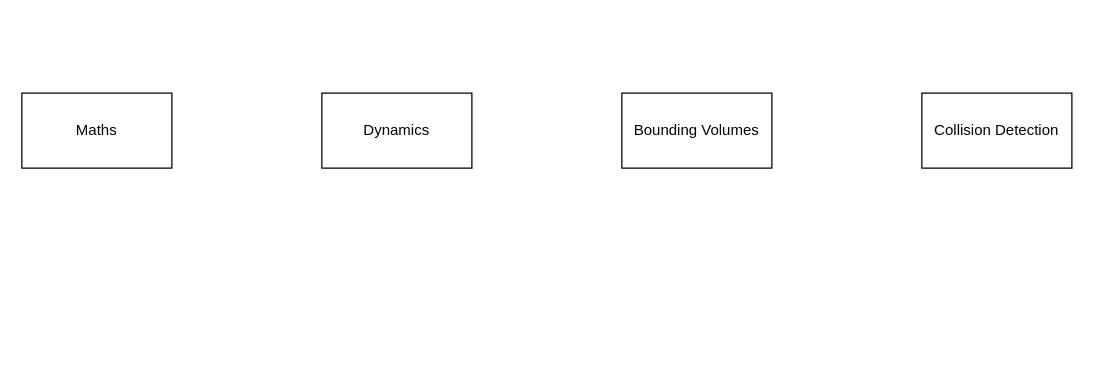
Before: Untitled Diagram.drawio in VoHoAnhTuan/Diagrams, a draw.io diagram. Source tidied: cells renumbered, new cells numbered last; positions are measured from the earlier drawing's top-left corner, leaving out a move shared by most shapes. Both pictures are drawn from the tidied source at 125%, with x=0, y=0 at pixel (21, 92).
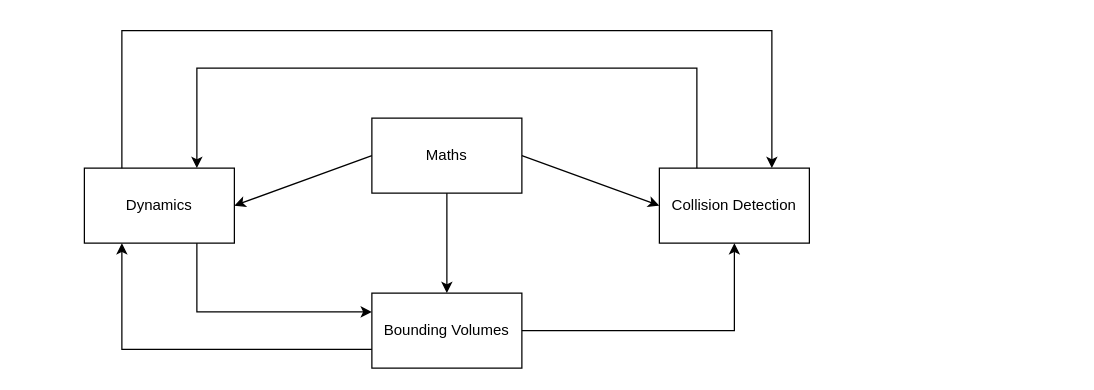
The same diagram, later.

Change to the diagram source:
```diff
@@
 <mxGraphModel>
   <root>
     <mxCell id="0" />
     <mxCell id="1" parent="0" />
     <mxCell id="2" value="Maths" style="rounded=0;whiteSpace=wrap;html=1;" parent="1" vertex="1">
-      <mxGeometry width="120" height="60" as="geometry" />
+      <mxGeometry x="280" y="20" width="120" height="60" as="geometry" />
     </mxCell>
     <mxCell id="3" value="Dynamics" style="rounded=0;whiteSpace=wrap;html=1;" parent="1" vertex="1">
-      <mxGeometry x="240" width="120" height="60" as="geometry" />
+      <mxGeometry x="50" y="60" width="120" height="60" as="geometry" />
     </mxCell>
     <mxCell id="4" value="Bounding Volumes" style="rounded=0;whiteSpace=wrap;html=1;" parent="1" vertex="1">
-      <mxGeometry x="480" width="120" height="60" as="geometry" />
+      <mxGeometry x="280" y="160" width="120" height="60" as="geometry" />
     </mxCell>
     <mxCell id="5" value="Collision Detection" style="rounded=0;whiteSpace=wrap;html=1;" parent="1" vertex="1">
-      <mxGeometry x="720" width="120" height="60" as="geometry" />
+      <mxGeometry x="510" y="60" width="120" height="60" as="geometry" />
     </mxCell>
+    <mxCell id="6" style="endArrow=classic;html=1;rounded=0;exitX=0.5;exitY=1;exitDx=0;exitDy=0;entryX=0.5;entryY=0;entryDx=0;entryDy=0;" parent="1" edge="1" source="2" target="4">
+      <mxGeometry relative="1" as="geometry" />
+    </mxCell>
+    <mxCell id="7" style="endArrow=classic;html=1;rounded=0;exitX=1;exitY=0.5;exitDx=0;exitDy=0;entryX=0;entryY=0.5;entryDx=0;entryDy=0;" parent="1" edge="1" source="2" target="5">
+      <mxGeometry relative="1" as="geometry" />
+    </mxCell>
+    <mxCell id="8" style="endArrow=classic;html=1;rounded=0;exitX=0;exitY=0.5;exitDx=0;exitDy=0;entryX=1;entryY=0.5;entryDx=0;entryDy=0;" parent="1" edge="1" source="2" target="3">
+      <mxGeometry relative="1" as="geometry" />
+    </mxCell>
+    <mxCell id="9" style="endArrow=classic;html=1;rounded=0;exitX=0.75;exitY=1;exitDx=0;exitDy=0;entryX=0;entryY=0.25;entryDx=0;entryDy=0;edgeStyle=orthogonalEdgeStyle;" parent="1" edge="1" source="3" target="4">
+      <mxGeometry relative="1" as="geometry" />
+    </mxCell>
+    <mxCell id="10" style="endArrow=classic;html=1;rounded=0;entryX=0.25;entryY=1;entryDx=0;entryDy=0;exitX=0;exitY=0.75;exitDx=0;exitDy=0;edgeStyle=orthogonalEdgeStyle;" parent="1" edge="1" source="4" target="3">
+      <mxGeometry relative="1" as="geometry" />
+    </mxCell>
+    <mxCell id="11" style="endArrow=classic;html=1;rounded=0;exitX=0.25;exitY=0;exitDx=0;exitDy=0;edgeStyle=orthogonalEdgeStyle;entryX=0.75;entryY=0;entryDx=0;entryDy=0;" parent="1" edge="1" source="3" target="5">
+      <mxGeometry relative="1" as="geometry">
+        <Array as="points">
+          <mxPoint x="80" y="-50" />
+          <mxPoint x="600" y="-50" />
+        </Array>
+      </mxGeometry>
+    </mxCell>
+    <mxCell id="12" style="endArrow=classic;html=1;rounded=0;exitX=1;exitY=0.5;exitDx=0;exitDy=0;entryX=0.5;entryY=1;entryDx=0;entryDy=0;edgeStyle=orthogonalEdgeStyle;" parent="1" edge="1" source="4" target="5">
+      <mxGeometry relative="1" as="geometry" />
+    </mxCell>
+    <mxCell id="13" style="endArrow=classic;html=1;rounded=0;entryX=0.75;entryY=0;entryDx=0;entryDy=0;exitX=0.25;exitY=0;exitDx=0;exitDy=0;edgeStyle=orthogonalEdgeStyle;" parent="1" edge="1" source="5" target="3">
+      <mxGeometry relative="1" as="geometry">
+        <Array as="points">
+          <mxPoint x="540" y="-20" />
+          <mxPoint x="140" y="-20" />
+        </Array>
+      </mxGeometry>
+    </mxCell>
   </root>
 </mxGraphModel>
```
